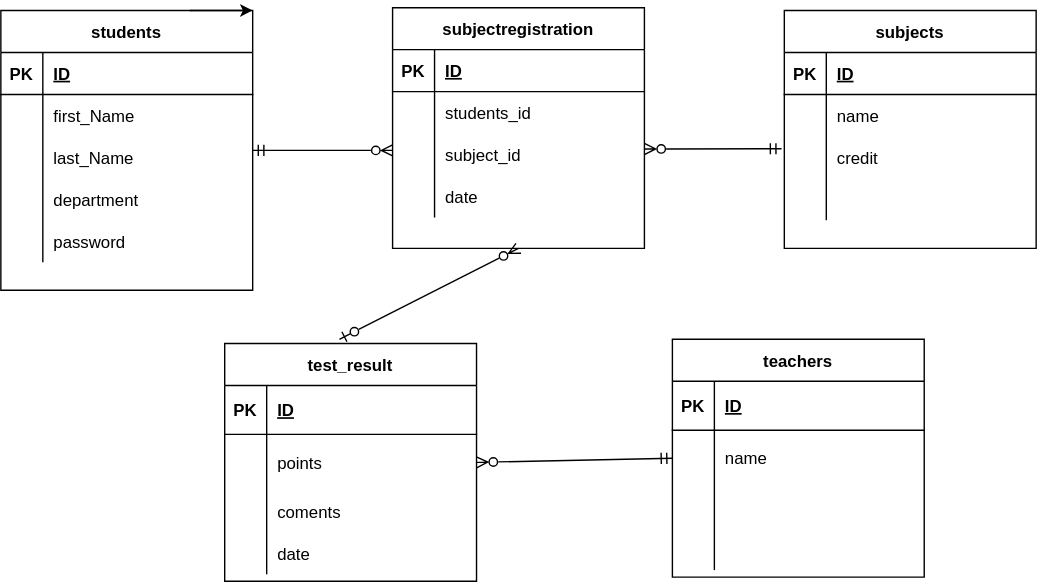
nsbn65/20221013saito keeps this draw.io diagram as index.drawio.svg. Above is the earlier version. Source tidied: cells renumbered, new cells last; positions are measured from the earlier drawing's top-left corner, leaving out a move shared by most shapes.
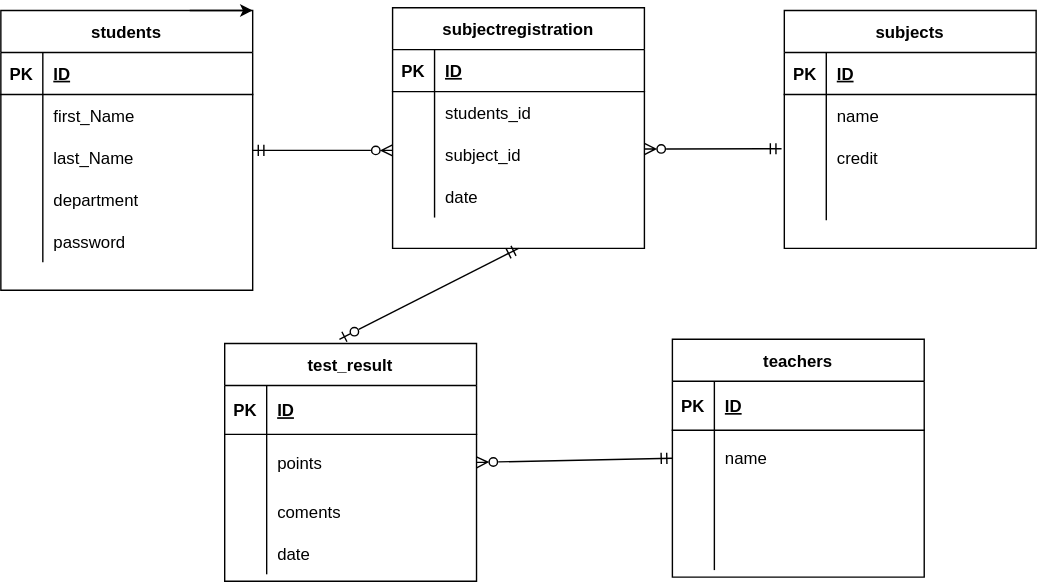
After the change.

What changed in the source:
```diff
@@ -92,7 +92,7 @@
     <mxCell id="31" style="edgeStyle=none;html=1;exitX=0.75;exitY=0;exitDx=0;exitDy=0;entryX=1;entryY=0;entryDx=0;entryDy=0;" parent="1" edge="1" source="2" target="2">
       <mxGeometry relative="1" as="geometry" />
     </mxCell>
-    <mxCell id="32" style="edgeStyle=none;html=1;exitX=0.5;exitY=1;exitDx=0;exitDy=0;startArrow=ERzeroToMany;startFill=0;endArrow=ERzeroToOne;endFill=0;entryX=0.458;entryY=-0.016;entryDx=0;entryDy=0;entryPerimeter=0;" parent="1" edge="1" source="33" target="49">
+    <mxCell id="32" style="edgeStyle=none;html=1;exitX=0.5;exitY=1;exitDx=0;exitDy=0;startArrow=ERmandOne;startFill=0;endArrow=ERzeroToOne;endFill=0;entryX=0.458;entryY=-0.016;entryDx=0;entryDy=0;entryPerimeter=0;" parent="1" edge="1" source="33" target="49">
       <mxGeometry relative="1" as="geometry">
         <Array as="points">
           <mxPoint x="242" y="237" />
```
